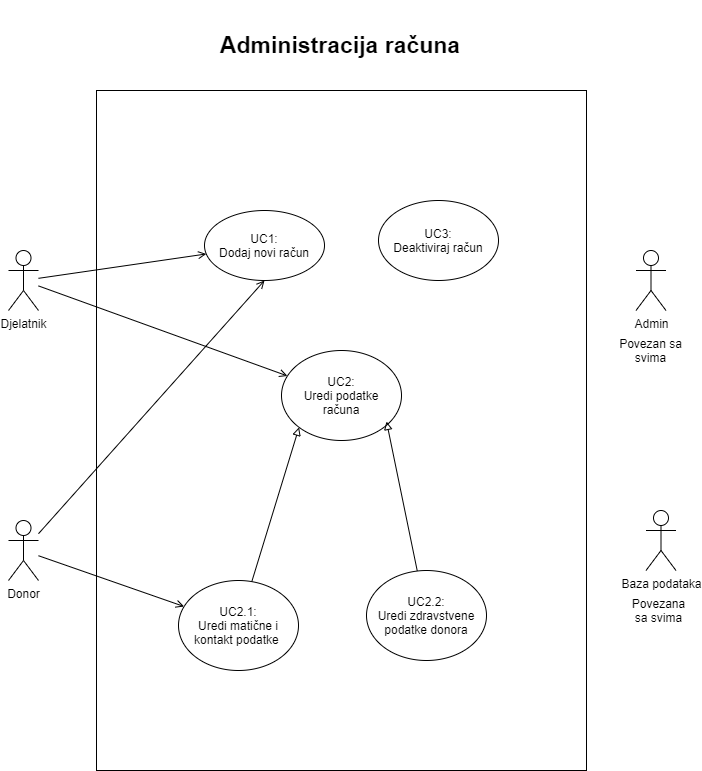
ToniIvankovic/TrueBlood keeps this draw.io diagram as Dokumentacija/Use cases/Use Cases-1 - Administracija računa.png. Above is the earlier version. Source tidied: cells renumbered, new cells last; positions are measured from the earlier drawing's top-left corner, leaving out a move shared by most shapes. Source of this version:
```xml
<mxGraphModel>
  <root>
    <mxCell id="0" />
    <mxCell id="1" parent="0" />
    <mxCell id="2" style="rounded=0;whiteSpace=wrap;html=1;" parent="1" vertex="1">
      <mxGeometry x="88" y="90" width="490" height="680" as="geometry" />
    </mxCell>
    <mxCell id="3" value="UC1:&lt;br&gt;Dodaj novi račun" style="ellipse;whiteSpace=wrap;html=1;" parent="1" vertex="1">
      <mxGeometry x="196" y="210" width="120" height="70" as="geometry" />
    </mxCell>
    <mxCell id="4" value="UC3:&lt;br&gt;Deaktiviraj račun" style="ellipse;whiteSpace=wrap;html=1;" parent="1" vertex="1">
      <mxGeometry x="370" y="200" width="120" height="80" as="geometry" />
    </mxCell>
    <mxCell id="5" value="UC2:&lt;br&gt;Uredi podatke&lt;br&gt;računa" style="ellipse;whiteSpace=wrap;html=1;" parent="1" vertex="1">
      <mxGeometry x="273" y="350" width="120" height="90" as="geometry" />
    </mxCell>
    <mxCell id="6" style="edgeStyle=none;rounded=0;jettySize=auto;html=1;entryX=0.875;entryY=0.789;entryDx=0;entryDy=0;endArrow=block;endFill=0;entryPerimeter=0;" parent="1" edge="1" source="7" target="5">
      <mxGeometry relative="1" as="geometry" />
    </mxCell>
    <mxCell id="7" value="UC2.2:&lt;br&gt;Uredi zdravstvene podatke donora" style="ellipse;whiteSpace=wrap;html=1;" parent="1" vertex="1">
      <mxGeometry x="358" y="570" width="120" height="90" as="geometry" />
    </mxCell>
    <mxCell id="8" style="rounded=0;jettySize=auto;html=1;entryX=0;entryY=1;entryDx=0;entryDy=0;endArrow=block;endFill=0;" parent="1" edge="1" source="9" target="5">
      <mxGeometry relative="1" as="geometry" />
    </mxCell>
    <mxCell id="9" value="UC2.1:&lt;br&gt;Uredi matične i kontakt podatke&amp;nbsp;" style="ellipse;whiteSpace=wrap;html=1;" parent="1" vertex="1">
      <mxGeometry x="170" y="580" width="120" height="90" as="geometry" />
    </mxCell>
    <mxCell id="10" value="Admin" style="shape=umlActor;verticalLabelPosition=bottom;verticalAlign=top;html=1;" parent="1" vertex="1">
      <mxGeometry x="627.5" y="250" width="30" height="60" as="geometry" />
    </mxCell>
    <mxCell id="11" value="Baza podataka" style="shape=umlActor;verticalLabelPosition=bottom;verticalAlign=top;html=1;" parent="1" vertex="1">
      <mxGeometry x="637.5" y="510" width="30" height="60" as="geometry" />
    </mxCell>
    <mxCell id="12" style="edgeStyle=none;rounded=0;jettySize=auto;html=1;endArrow=open;endFill=0;" parent="1" edge="1" source="14" target="3">
      <mxGeometry relative="1" as="geometry" />
    </mxCell>
    <mxCell id="13" style="edgeStyle=none;rounded=0;jettySize=auto;html=1;endArrow=open;endFill=0;" parent="1" edge="1" source="14" target="5">
      <mxGeometry relative="1" as="geometry" />
    </mxCell>
    <mxCell id="14" value="Djelatnik" style="shape=umlActor;verticalLabelPosition=bottom;verticalAlign=top;html=1;outlineConnect=0;" parent="1" vertex="1">
      <mxGeometry y="250" width="30" height="60" as="geometry" />
    </mxCell>
    <mxCell id="15" style="edgeStyle=none;rounded=0;jettySize=auto;html=1;endArrow=open;endFill=0;" parent="1" edge="1" source="17" target="9">
      <mxGeometry relative="1" as="geometry" />
    </mxCell>
    <mxCell id="16" style="edgeStyle=none;rounded=0;jettySize=auto;html=1;entryX=0.5;entryY=1;entryDx=0;entryDy=0;endArrow=open;endFill=0;" parent="1" edge="1" source="17" target="3">
      <mxGeometry relative="1" as="geometry" />
    </mxCell>
    <mxCell id="17" value="Donor" style="shape=umlActor;verticalLabelPosition=bottom;verticalAlign=top;html=1;outlineConnect=0;" parent="1" vertex="1">
      <mxGeometry y="520" width="30" height="60" as="geometry" />
    </mxCell>
    <mxCell id="18" value="Povezana sa svima" style="text;html=1;strokeColor=none;fillColor=none;align=center;verticalAlign=middle;whiteSpace=wrap;rounded=0;" parent="1" vertex="1">
      <mxGeometry x="617.5" y="600" width="65" height="20" as="geometry" />
    </mxCell>
    <mxCell id="19" value="Povezan&amp;nbsp;sa svima" style="text;html=1;strokeColor=none;fillColor=none;align=center;verticalAlign=middle;whiteSpace=wrap;rounded=0;" parent="1" vertex="1">
      <mxGeometry x="610" y="340" width="65" height="20" as="geometry" />
    </mxCell>
    <mxCell id="20" value="Administracija računa" style="text;html=1;strokeColor=none;fillColor=none;align=center;verticalAlign=middle;whiteSpace=wrap;rounded=0;fontSize=23;fontStyle=1;" parent="1" vertex="1">
      <mxGeometry x="196" width="272" height="90" as="geometry" />
    </mxCell>
  </root>
</mxGraphModel>
```
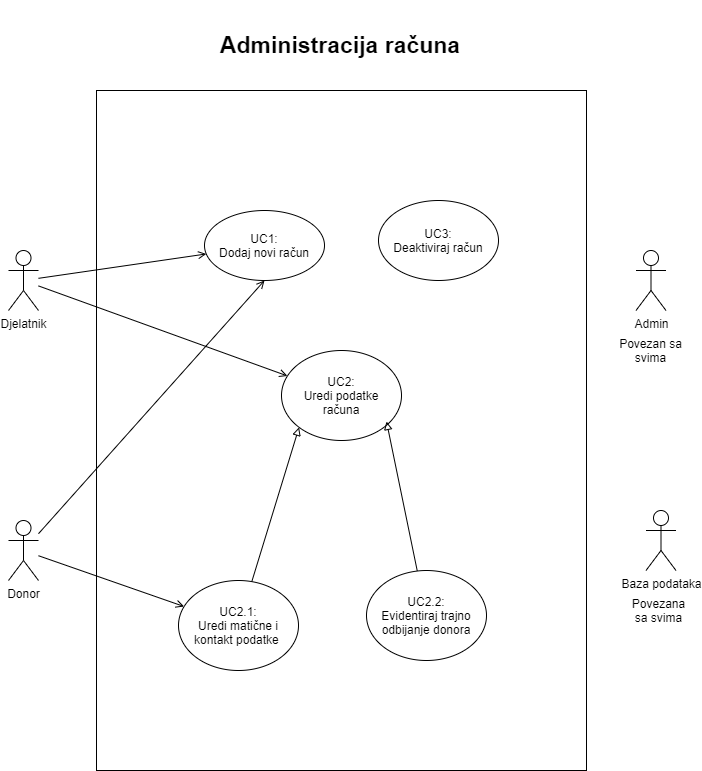
Above is the later version.

What changed in the source:
```diff
@@ -17,7 +17,7 @@
     <mxCell id="6" style="edgeStyle=none;rounded=0;jettySize=auto;html=1;entryX=0.875;entryY=0.789;entryDx=0;entryDy=0;endArrow=block;endFill=0;entryPerimeter=0;" parent="1" edge="1" source="7" target="5">
       <mxGeometry relative="1" as="geometry" />
     </mxCell>
-    <mxCell id="7" value="UC2.2:&lt;br&gt;Uredi zdravstvene podatke donora" style="ellipse;whiteSpace=wrap;html=1;" parent="1" vertex="1">
+    <mxCell id="7" value="UC2.2:&lt;br&gt;Evidentiraj trajno odbijanje donora" style="ellipse;whiteSpace=wrap;html=1;" parent="1" vertex="1">
       <mxGeometry x="358" y="570" width="120" height="90" as="geometry" />
     </mxCell>
     <mxCell id="8" style="rounded=0;jettySize=auto;html=1;entryX=0;entryY=1;entryDx=0;entryDy=0;endArrow=block;endFill=0;" parent="1" edge="1" source="9" target="5">
```
